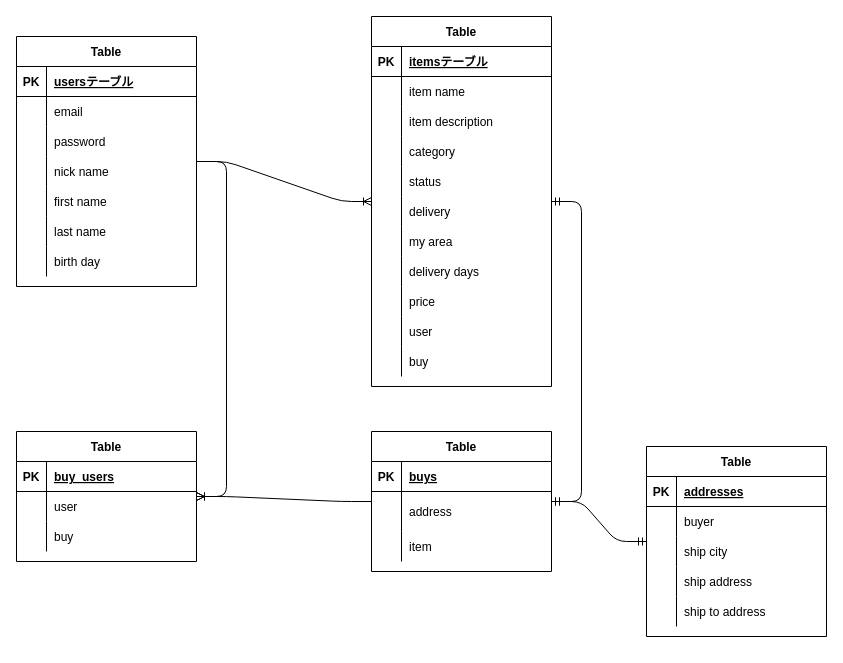
Earlier version of the draw.io diagram test.dio (kakipp/furima-34508). Source tidied: cells renumbered, new cells numbered last; positions are measured from the earlier drawing's top-left corner, leaving out a move shared by most shapes. Both pictures are drawn from the tidied source at 100%, with x=0, y=0 at pixel (16, 16).
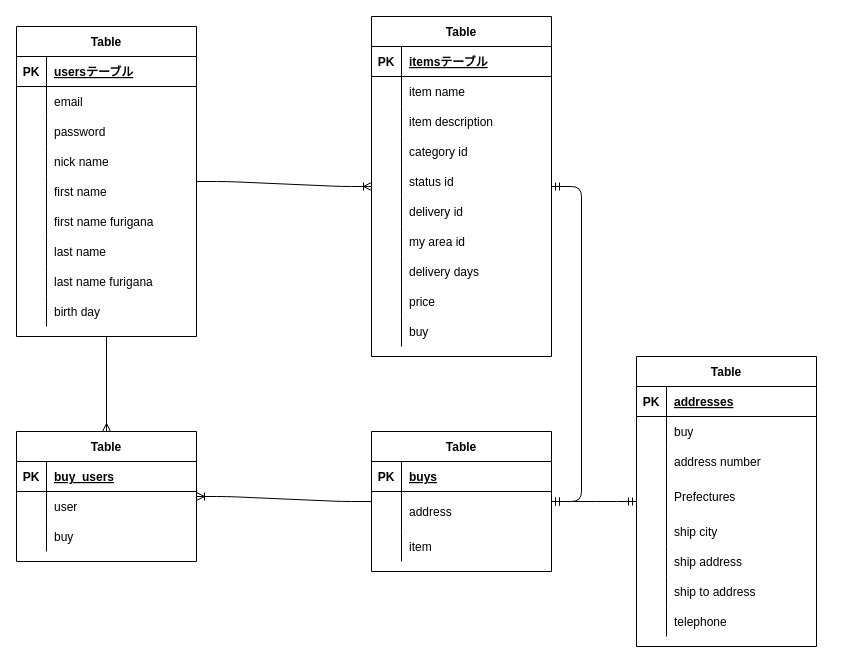
The same diagram, later.

Commit message (it also covers changes not shown here):
データベースの設計の修正

Unchanged cells that the change refers to:
```xml
<mxCell id="34" style="shape=partialRectangle;fillColor=none;top=0;left=0;bottom=0;right=0;" parent="24" vertex="1">
  <mxGeometry y="120" width="180" height="30" as="geometry" />
</mxCell>
<mxCell id="37" style="shape=partialRectangle;fillColor=none;top=0;left=0;bottom=0;right=0;" parent="24" vertex="1">
  <mxGeometry y="150" width="180" height="30" as="geometry" />
</mxCell>
<mxCell id="40" style="shape=partialRectangle;fillColor=none;top=0;left=0;bottom=0;right=0;" parent="24" vertex="1">
  <mxGeometry y="180" width="180" height="30" as="geometry" />
</mxCell>
<mxCell id="43" style="shape=partialRectangle;fillColor=none;top=0;left=0;bottom=0;right=0;" parent="24" vertex="1">
  <mxGeometry y="210" width="180" height="30" as="geometry" />
</mxCell>
<mxCell id="58" value="Table" style="shape=table;startSize=30;childLayout=tableLayout;rowLines=0;fontStyle=1;align=center;" parent="1" vertex="1">
  <mxGeometry x="355" y="415" width="180" height="140" as="geometry" />
</mxCell>
<mxCell id="72" style="shape=partialRectangle;fillColor=none;top=0;left=0;bottom=0;right=0;" parent="68" vertex="1">
  <mxGeometry y="60" width="180" height="30" as="geometry" />
</mxCell>
<mxCell id="86" value="Table" style="shape=table;startSize=30;childLayout=tableLayout;rowLines=0;fontStyle=1;align=center;" parent="1" vertex="1">
  <mxGeometry y="415" width="180" height="130" as="geometry" />
</mxCell>
```

Diff of the diagram source:
```diff
@@
+    <mxCell id="96" style="edgeStyle=orthogonalEdgeStyle;rounded=0;jettySize=auto;html=1;exitX=0.5;exitY=1;exitDx=0;exitDy=0;entryX=0.5;entryY=0;entryDx=0;entryDy=0;endArrow=ERmany;endFill=0;" parent="1" edge="1" source="2" target="86">
+      <mxGeometry relative="1" as="geometry" />
+    </mxCell>
     <mxCell id="2" value="Table" style="shape=table;startSize=30;childLayout=tableLayout;rowLines=0;fontStyle=1;align=center;" parent="1" vertex="1">
-      <mxGeometry y="20" width="180" height="250" as="geometry" />
+      <mxGeometry y="10" width="180" height="310" as="geometry" />
     </mxCell>
@@
+    <mxCell id="99" style="shape=partialRectangle;fillColor=none;top=0;left=0;bottom=0;right=0;" parent="2" vertex="1">
+      <mxGeometry y="180" width="180" height="30" as="geometry" />
+    </mxCell>
+    <mxCell id="100" style="shape=partialRectangle;fillColor=none;top=0;left=0;bottom=0;right=0;overflow=hidden;" parent="99" vertex="1">
+      <mxGeometry width="30" height="30" as="geometry" />
+    </mxCell>
+    <mxCell id="101" value="first name furigana" style="shape=partialRectangle;fillColor=none;top=0;left=0;bottom=0;right=0;align=left;spacingLeft=6;overflow=hidden;" parent="99" vertex="1">
+      <mxGeometry x="30" width="150" height="30" as="geometry" />
+    </mxCell>
     <mxCell id="18" style="shape=partialRectangle;fillColor=none;top=0;left=0;bottom=0;right=0;" parent="2" vertex="1">
-      <mxGeometry y="180" width="180" height="30" as="geometry" />
+      <mxGeometry y="210" width="180" height="30" as="geometry" />
     </mxCell>
@@
+    <mxCell id="102" style="shape=partialRectangle;fillColor=none;top=0;left=0;bottom=0;right=0;" parent="2" vertex="1">
+      <mxGeometry y="240" width="180" height="30" as="geometry" />
+    </mxCell>
+    <mxCell id="103" style="shape=partialRectangle;fillColor=none;top=0;left=0;bottom=0;right=0;overflow=hidden;" parent="102" vertex="1">
+      <mxGeometry width="30" height="30" as="geometry" />
+    </mxCell>
+    <mxCell id="104" value="last name furigana" style="shape=partialRectangle;fillColor=none;top=0;left=0;bottom=0;right=0;align=left;spacingLeft=6;overflow=hidden;" parent="102" vertex="1">
+      <mxGeometry x="30" width="150" height="30" as="geometry" />
+    </mxCell>
     <mxCell id="21" style="shape=partialRectangle;fillColor=none;top=0;left=0;bottom=0;right=0;" parent="2" vertex="1">
-      <mxGeometry y="210" width="180" height="30" as="geometry" />
+      <mxGeometry y="270" width="180" height="30" as="geometry" />
     </mxCell>
@@
     <mxCell id="24" value="Table" style="shape=table;startSize=30;childLayout=tableLayout;rowLines=0;fontStyle=1;align=center;" parent="1" vertex="1">
-      <mxGeometry x="355" width="180" height="370" as="geometry" />
+      <mxGeometry x="355" width="180" height="340" as="geometry" />
     </mxCell>
@@
-    <mxCell id="36" value="category" style="shape=partialRectangle;fillColor=none;top=0;left=0;bottom=0;right=0;align=left;spacingLeft=6;overflow=hidden;" parent="34" vertex="1">
+    <mxCell id="36" value="category id" style="shape=partialRectangle;fillColor=none;top=0;left=0;bottom=0;right=0;align=left;spacingLeft=6;overflow=hidden;" parent="34" vertex="1">
       <mxGeometry x="30" width="150" height="30" as="geometry" />
     </mxCell>
@@
-    <mxCell id="39" value="status" style="shape=partialRectangle;fillColor=none;top=0;left=0;bottom=0;right=0;align=left;spacingLeft=6;overflow=hidden;" parent="37" vertex="1">
+    <mxCell id="39" value="status id" style="shape=partialRectangle;fillColor=none;top=0;left=0;bottom=0;right=0;align=left;spacingLeft=6;overflow=hidden;" parent="37" vertex="1">
       <mxGeometry x="30" width="150" height="30" as="geometry" />
     </mxCell>
@@
-    <mxCell id="42" value="delivery" style="shape=partialRectangle;fillColor=none;top=0;left=0;bottom=0;right=0;align=left;spacingLeft=6;overflow=hidden;" parent="40" vertex="1">
+    <mxCell id="42" value="delivery id" style="shape=partialRectangle;fillColor=none;top=0;left=0;bottom=0;right=0;align=left;spacingLeft=6;overflow=hidden;" parent="40" vertex="1">
       <mxGeometry x="30" width="150" height="30" as="geometry" />
     </mxCell>
@@
-    <mxCell id="45" value="my area" style="shape=partialRectangle;fillColor=none;top=0;left=0;bottom=0;right=0;align=left;spacingLeft=6;overflow=hidden;" parent="43" vertex="1">
+    <mxCell id="45" value="my area id" style="shape=partialRectangle;fillColor=none;top=0;left=0;bottom=0;right=0;align=left;spacingLeft=6;overflow=hidden;" parent="43" vertex="1">
       <mxGeometry x="30" width="150" height="30" as="geometry" />
     </mxCell>
@@
-    <mxCell id="52" style="shape=partialRectangle;fillColor=none;top=0;left=0;bottom=0;right=0;" parent="24" vertex="1">
-      <mxGeometry y="300" width="180" height="30" as="geometry" />
-    </mxCell>
-    <mxCell id="53" style="shape=partialRectangle;fillColor=none;top=0;left=0;bottom=0;right=0;overflow=hidden;" parent="52" vertex="1">
-      <mxGeometry width="30" height="30" as="geometry" />
-    </mxCell>
-    <mxCell id="54" value="user" style="shape=partialRectangle;fillColor=none;top=0;left=0;bottom=0;right=0;align=left;spacingLeft=6;overflow=hidden;" parent="52" vertex="1">
-      <mxGeometry x="30" width="150" height="30" as="geometry" />
-    </mxCell>
     <mxCell id="55" style="shape=partialRectangle;fillColor=none;top=0;left=0;bottom=0;right=0;" parent="24" vertex="1">
-      <mxGeometry y="330" width="180" height="30" as="geometry" />
+      <mxGeometry y="300" width="180" height="30" as="geometry" />
     </mxCell>
@@
     <mxCell id="68" value="Table" style="shape=table;startSize=30;childLayout=tableLayout;rowLines=0;fontStyle=1;align=center;" parent="1" vertex="1">
-      <mxGeometry x="630" y="430" width="180" height="190" as="geometry" />
+      <mxGeometry x="620" y="340" width="180" height="290" as="geometry" />
     </mxCell>
@@
-    <mxCell id="74" value="buyer" style="shape=partialRectangle;fillColor=none;top=0;left=0;bottom=0;right=0;align=left;spacingLeft=6;overflow=hidden;" parent="72" vertex="1">
+    <mxCell id="74" value="buy" style="shape=partialRectangle;fillColor=none;top=0;left=0;bottom=0;right=0;align=left;spacingLeft=6;overflow=hidden;" parent="72" vertex="1">
       <mxGeometry x="30" width="150" height="30" as="geometry" />
     </mxCell>
+    <mxCell id="105" style="shape=partialRectangle;fillColor=none;top=0;left=0;bottom=0;right=0;" parent="68" vertex="1">
+      <mxGeometry y="90" width="180" height="30" as="geometry" />
+    </mxCell>
+    <mxCell id="106" style="shape=partialRectangle;fillColor=none;top=0;left=0;bottom=0;right=0;overflow=hidden;" parent="105" vertex="1">
+      <mxGeometry width="30" height="30" as="geometry" />
+    </mxCell>
+    <mxCell id="107" value="address number " style="shape=partialRectangle;fillColor=none;top=0;left=0;bottom=0;right=0;align=left;spacingLeft=6;overflow=hidden;" parent="105" vertex="1">
+      <mxGeometry x="30" width="150" height="30" as="geometry" />
+    </mxCell>
     <mxCell id="75" style="shape=partialRectangle;fillColor=none;top=0;left=0;bottom=0;right=0;" parent="68" vertex="1">
-      <mxGeometry y="90" width="180" height="30" as="geometry" />
+      <mxGeometry y="120" width="180" height="40" as="geometry" />
     </mxCell>
     <mxCell id="76" style="shape=partialRectangle;fillColor=none;top=0;left=0;bottom=0;right=0;overflow=hidden;" parent="75" vertex="1">
-      <mxGeometry width="30" height="30" as="geometry" />
+      <mxGeometry width="30" height="40" as="geometry" />
     </mxCell>
-    <mxCell id="77" value="ship city" style="shape=partialRectangle;fillColor=none;top=0;left=0;bottom=0;right=0;align=left;spacingLeft=6;overflow=hidden;" parent="75" vertex="1">
-      <mxGeometry x="30" width="150" height="30" as="geometry" />
+    <mxCell id="77" value="Prefectures" style="shape=partialRectangle;fillColor=none;top=0;left=0;bottom=0;right=0;align=left;spacingLeft=6;overflow=hidden;" parent="75" vertex="1">
+      <mxGeometry x="30" width="150" height="40" as="geometry" />
     </mxCell>
+    <mxCell id="108" style="shape=partialRectangle;fillColor=none;top=0;left=0;bottom=0;right=0;" parent="68" vertex="1">
+      <mxGeometry y="160" width="180" height="30" as="geometry" />
+    </mxCell>
+    <mxCell id="109" style="shape=partialRectangle;fillColor=none;top=0;left=0;bottom=0;right=0;overflow=hidden;" parent="108" vertex="1">
+      <mxGeometry width="30" height="30" as="geometry" />
+    </mxCell>
+    <mxCell id="110" value="ship city" style="shape=partialRectangle;fillColor=none;top=0;left=0;bottom=0;right=0;align=left;spacingLeft=6;overflow=hidden;" parent="108" vertex="1">
+      <mxGeometry x="30" width="150" height="30" as="geometry" />
+    </mxCell>
     <mxCell id="78" style="shape=partialRectangle;fillColor=none;top=0;left=0;bottom=0;right=0;" parent="68" vertex="1">
-      <mxGeometry y="120" width="180" height="30" as="geometry" />
+      <mxGeometry y="190" width="180" height="30" as="geometry" />
     </mxCell>
@@
     <mxCell id="81" style="shape=partialRectangle;fillColor=none;top=0;left=0;bottom=0;right=0;" parent="68" vertex="1">
-      <mxGeometry y="150" width="180" height="30" as="geometry" />
+      <mxGeometry y="220" width="180" height="30" as="geometry" />
     </mxCell>
@@
+    <mxCell id="111" style="shape=partialRectangle;fillColor=none;top=0;left=0;bottom=0;right=0;" parent="68" vertex="1">
+      <mxGeometry y="250" width="180" height="30" as="geometry" />
+    </mxCell>
+    <mxCell id="112" style="shape=partialRectangle;fillColor=none;top=0;left=0;bottom=0;right=0;overflow=hidden;" parent="111" vertex="1">
+      <mxGeometry width="30" height="30" as="geometry" />
+    </mxCell>
+    <mxCell id="113" value="telephone" style="shape=partialRectangle;fillColor=none;top=0;left=0;bottom=0;right=0;align=left;spacingLeft=6;overflow=hidden;" parent="111" vertex="1">
+      <mxGeometry x="30" width="150" height="30" as="geometry" />
+    </mxCell>
@@
-    <mxCell id="96" style="edgeStyle=entityRelationEdgeStyle;fontSize=12;html=1;endArrow=ERoneToMany;" parent="1" edge="1" source="2" target="86">
-      <mxGeometry relative="1" as="geometry" />
-    </mxCell>
+    <mxCell id="98" style="edgeStyle=entityRelationEdgeStyle;fontSize=12;html=1;endArrow=ERoneToMany;" parent="1" edge="1" source="58" target="86">
+      <mxGeometry relative="1" as="geometry" />
+    </mxCell>
@@
-    <mxCell id="98" style="edgeStyle=entityRelationEdgeStyle;fontSize=12;html=1;endArrow=ERoneToMany;" parent="1" edge="1" source="58" target="86">
-      <mxGeometry relative="1" as="geometry" />
-    </mxCell>
```
